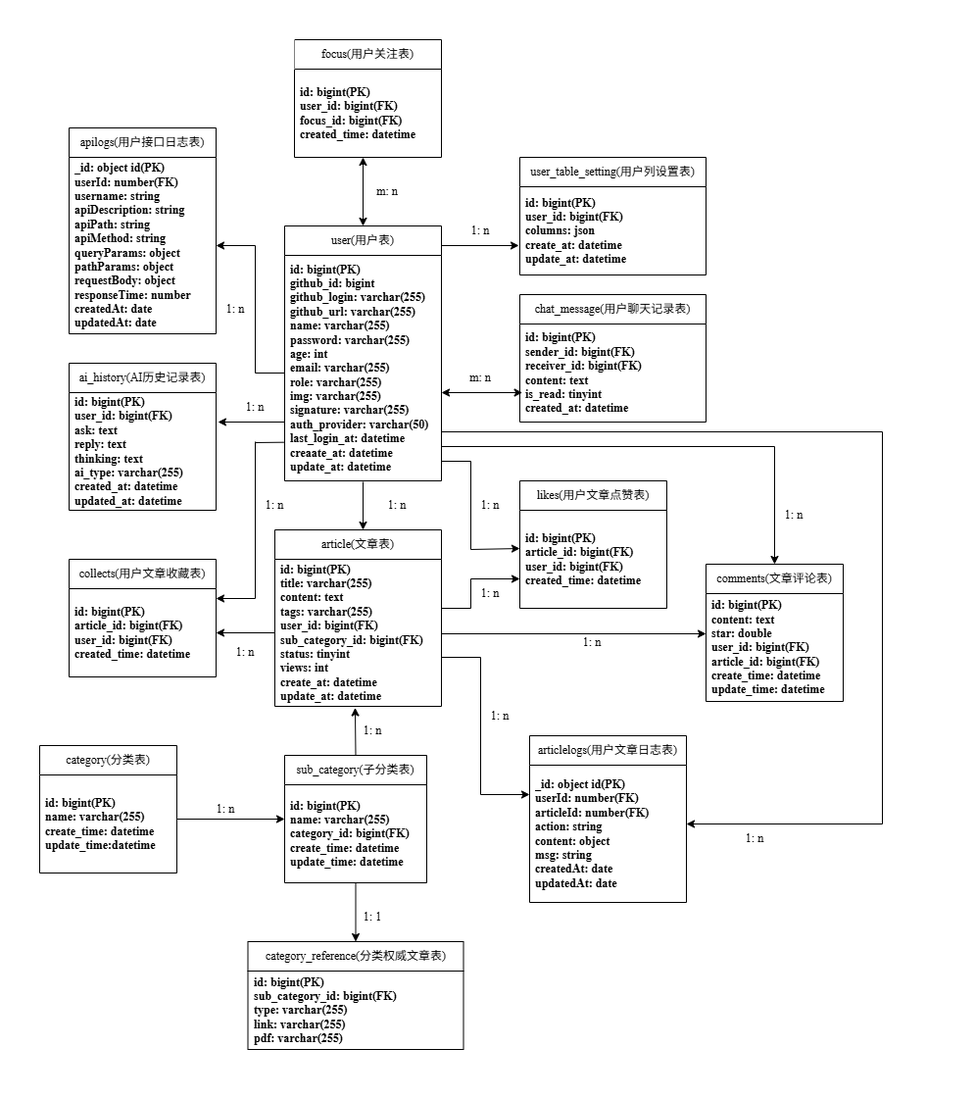
Above: static/pic/er.drawio.png in hongch666/mix-web-demo (draw.io), before the change. Source tidied: cells renumbered, new cells last; positions are measured from the earlier drawing's top-left corner, leaving out a move shared by most shapes.
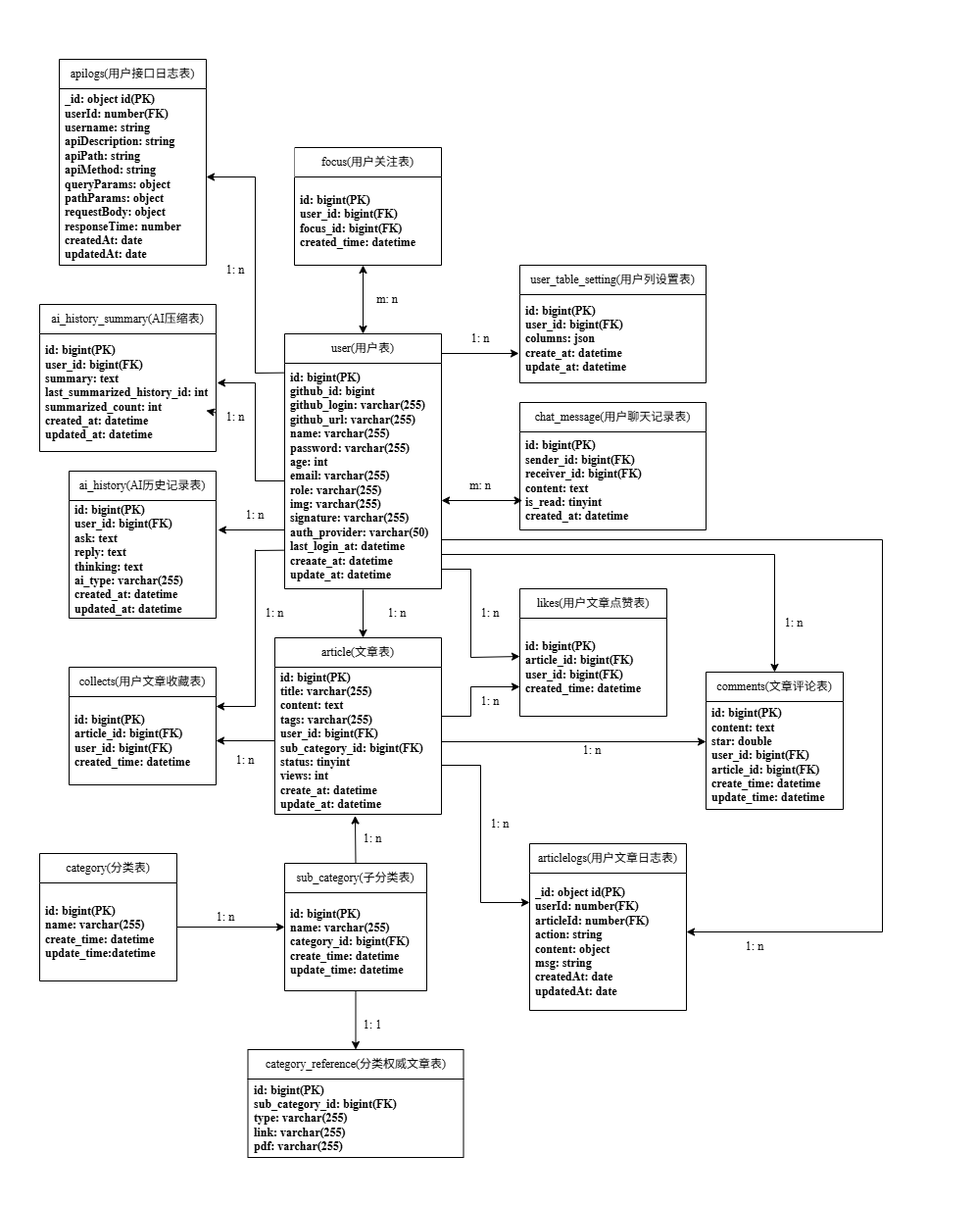
The same file after the commit.

Commit message:
更新架构和ER图

Diff of the diagram source:
```diff
@@ -171,7 +171,7 @@
       </mxGeometry>
     </mxCell>
     <mxCell id="42" value="apilogs&lt;span style=&quot;&quot;&gt;(用户接口日志表)&lt;/span&gt;" style="swimlane;fontStyle=0;horizontal=1;startSize=30;whiteSpace=wrap;html=1;fontColor=default;fontFamily=Times New Roman;" parent="1" vertex="1">
-      <mxGeometry x="70" y="130" width="150" height="210" as="geometry" />
+      <mxGeometry x="60" y="-50" width="150" height="210" as="geometry" />
     </mxCell>
     <mxCell id="43" value="&lt;b&gt;_id: object id(PK)&lt;/b&gt;&lt;div&gt;&lt;b&gt;userId: number(FK)&lt;/b&gt;&lt;/div&gt;&lt;div&gt;&lt;b&gt;username: string&lt;/b&gt;&lt;/div&gt;&lt;div&gt;&lt;b&gt;apiDescription: string&lt;/b&gt;&lt;/div&gt;&lt;div&gt;&lt;b&gt;apiPath: string&lt;/b&gt;&lt;/div&gt;&lt;div&gt;&lt;b&gt;apiMethod: string&lt;/b&gt;&lt;/div&gt;&lt;div&gt;&lt;b&gt;queryParams: object&lt;/b&gt;&lt;/div&gt;&lt;div&gt;&lt;b&gt;pathParams: object&lt;/b&gt;&lt;/div&gt;&lt;div&gt;&lt;b&gt;requestBody: object&lt;/b&gt;&lt;/div&gt;&lt;div&gt;&lt;b&gt;responseTime: number&lt;/b&gt;&lt;/div&gt;&lt;div&gt;&lt;b&gt;createdAt: date&lt;/b&gt;&lt;/div&gt;&lt;div&gt;&lt;b&gt;updatedAt: date&lt;/b&gt;&lt;/div&gt;" style="text;strokeColor=none;fillColor=none;align=left;verticalAlign=middle;spacingLeft=4;spacingRight=4;overflow=hidden;points=[[0,0.5],[1,0.5]];portConstraint=eastwest;whiteSpace=wrap;html=1;fontFamily=Times New Roman;" parent="42" vertex="1">
       <mxGeometry y="30" width="150" height="180" as="geometry" />
@@ -190,7 +190,7 @@
     <mxCell id="46" style="endArrow=none;html=1;fontFamily=Times New Roman;" parent="1" edge="1">
       <mxGeometry relative="1" as="geometry">
         <mxPoint x="260" y="380" as="sourcePoint" />
-        <mxPoint x="260" y="250" as="targetPoint" />
+        <mxPoint x="260" y="280" as="targetPoint" />
       </mxGeometry>
     </mxCell>
     <mxCell id="47" style="endArrow=none;html=1;fontFamily=Times New Roman;" parent="1" edge="1">
@@ -219,7 +219,7 @@
     </mxCell>
     <mxCell id="51" style="endArrow=classic;html=1;entryX=1;entryY=0.5;entryDx=0;entryDy=0;fontFamily=Times New Roman;" parent="1" edge="1" target="43">
       <mxGeometry relative="1" as="geometry">
-        <mxPoint x="260" y="250" as="sourcePoint" />
+        <mxPoint x="260" y="70" as="sourcePoint" />
       </mxGeometry>
     </mxCell>
     <mxCell id="52" style="endArrow=classic;startArrow=classic;html=1;entryX=0.014;entryY=0.7;entryDx=0;entryDy=0;entryPerimeter=0;fontFamily=Times New Roman;" parent="1" edge="1" target="15">
@@ -300,7 +300,7 @@
       <mxGeometry x="350" y="920" width="60" height="30" as="geometry" />
     </mxCell>
     <mxCell id="77" style="rounded=0;whiteSpace=wrap;html=1;textOpacity=0;labelBorderColor=light-dark(#000000,#FFFFFF);fontColor=none;noLabel=1;strokeColor=none;fontFamily=Times New Roman;fontStyle=1;" parent="1" vertex="1">
-      <mxGeometry x="375" width="10" height="30" as="geometry" />
+      <mxGeometry x="140" y="-110" width="10" height="30" as="geometry" />
     </mxCell>
     <mxCell id="78" value="user_table_setting&lt;span style=&quot;&quot;&gt;(用户列设置表)&lt;/span&gt;" style="swimlane;fontStyle=0;horizontal=1;startSize=30;whiteSpace=wrap;html=1;fontColor=default;fontFamily=Times New Roman;" parent="1" vertex="1">
       <mxGeometry x="530" y="160" width="190" height="120" as="geometry" />
@@ -317,5 +317,34 @@
     <mxCell id="81" value="1: n" style="text;html=1;align=center;verticalAlign=middle;whiteSpace=wrap;rounded=0;fontFamily=Times New Roman;" parent="1" vertex="1">
       <mxGeometry x="460" y="220" width="60" height="30" as="geometry" />
     </mxCell>
+    <mxCell id="82" value="&lt;span&gt;ai_history_summary&lt;span style=&quot;&quot;&gt;(AI压缩表)&lt;/span&gt;&lt;/span&gt;" style="swimlane;fontStyle=0;horizontal=1;startSize=30;whiteSpace=wrap;html=1;fontColor=default;fontFamily=Times New Roman;" parent="1" vertex="1">
+      <mxGeometry x="40" y="200" width="180" height="150" as="geometry" />
+    </mxCell>
+    <mxCell id="83" value="&lt;b&gt;id: bigint(PK)&lt;/b&gt;&lt;div&gt;&lt;b&gt;user_id: bigint(FK)&lt;/b&gt;&lt;/div&gt;&lt;div&gt;&lt;b&gt;summary: text&lt;/b&gt;&lt;/div&gt;&lt;div&gt;&lt;b&gt;last_summarized_history_id: int&lt;/b&gt;&lt;/div&gt;&lt;div&gt;&lt;b&gt;summarized_count: int&lt;/b&gt;&lt;/div&gt;&lt;div&gt;&lt;b&gt;created_at: datetime&lt;/b&gt;&lt;/div&gt;&lt;div&gt;&lt;b&gt;updated_at: datetime&lt;/b&gt;&lt;/div&gt;" style="text;strokeColor=none;fillColor=none;align=left;verticalAlign=middle;spacingLeft=4;spacingRight=4;overflow=hidden;points=[[0,0.5],[1,0.5]];portConstraint=eastwest;whiteSpace=wrap;html=1;fontColor=default;fontFamily=Times New Roman;" parent="82" vertex="1">
+      <mxGeometry y="30" width="180" height="120" as="geometry" />
+    </mxCell>
+    <mxCell id="84" style="endArrow=none;html=1;fontFamily=Times New Roman;entryX=0.003;entryY=0.042;entryDx=0;entryDy=0;entryPerimeter=0;" parent="1" edge="1" target="3">
+      <mxGeometry relative="1" as="geometry">
+        <mxPoint x="260" y="270" as="sourcePoint" />
+      </mxGeometry>
+    </mxCell>
+    <mxCell id="85" style="endArrow=none;html=1;fontFamily=Times New Roman;" parent="1" edge="1">
+      <mxGeometry relative="1" as="geometry">
+        <mxPoint x="260" y="270" as="sourcePoint" />
+        <mxPoint x="260" y="70" as="targetPoint" />
+      </mxGeometry>
+    </mxCell>
+    <mxCell id="86" style="endArrow=classic;html=1;fontFamily=Times New Roman;" parent="1" edge="1">
+      <mxGeometry relative="1" as="geometry">
+        <mxPoint x="260" y="280" as="sourcePoint" />
+        <mxPoint x="221" y="280" as="targetPoint" />
+      </mxGeometry>
+    </mxCell>
+    <mxCell id="87" value="1: n" style="text;html=1;align=center;verticalAlign=middle;whiteSpace=wrap;rounded=0;fontFamily=Times New Roman;" parent="1" vertex="1">
+      <mxGeometry x="210" y="150" width="60" height="30" as="geometry" />
+    </mxCell>
+    <mxCell id="88" style="edgeStyle=none;html=1;" parent="1" edge="1" source="83" target="58">
+      <mxGeometry relative="1" as="geometry" />
+    </mxCell>
   </root>
 </mxGraphModel>
```
